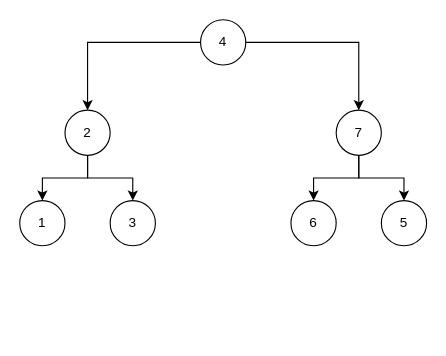
yuanyehome/vis-homework1 keeps this draw.io diagram as Untitled Diagram.drawio. Above is the earlier version. Source tidied: cells renumbered, new cells numbered last; positions are measured from the earlier drawing's top-left corner, leaving out a move shared by most shapes. Both pictures are drawn from the tidied source at 113%, with x=0, y=0 at pixel (19, 19).
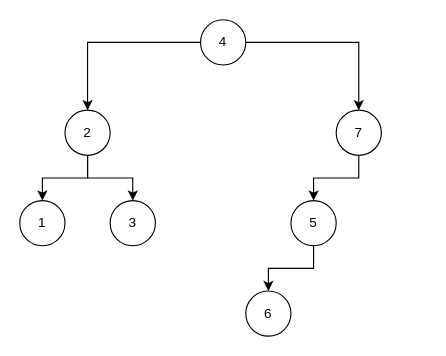
The same diagram, later.

Diff of the diagram source:
```diff
@@
 <mxGraphModel>
   <root>
     <mxCell id="0" />
     <mxCell id="1" parent="0" />
     <mxCell id="2" style="edgeStyle=orthogonalEdgeStyle;rounded=0;jettySize=auto;html=1;entryX=0.5;entryY=0;entryDx=0;entryDy=0;" parent="1" edge="1" source="4" target="7">
       <mxGeometry relative="1" as="geometry" />
     </mxCell>
     <mxCell id="3" style="edgeStyle=orthogonalEdgeStyle;rounded=0;jettySize=auto;html=1;entryX=0.5;entryY=0;entryDx=0;entryDy=0;" parent="1" edge="1" source="4" target="10">
       <mxGeometry relative="1" as="geometry" />
     </mxCell>
     <mxCell id="4" value="4" style="ellipse;whiteSpace=wrap;html=1;" parent="1" vertex="1">
       <mxGeometry x="160" width="40" height="40" as="geometry" />
     </mxCell>
     <mxCell id="5" style="edgeStyle=orthogonalEdgeStyle;rounded=0;jettySize=auto;html=1;entryX=0.5;entryY=0;entryDx=0;entryDy=0;" parent="1" edge="1" source="7" target="11">
       <mxGeometry relative="1" as="geometry" />
     </mxCell>
     <mxCell id="6" style="edgeStyle=orthogonalEdgeStyle;rounded=0;jettySize=auto;html=1;entryX=0.5;entryY=0;entryDx=0;entryDy=0;" parent="1" edge="1" source="7" target="12">
       <mxGeometry relative="1" as="geometry" />
     </mxCell>
     <mxCell id="7" value="2" style="ellipse;whiteSpace=wrap;html=1;" parent="1" vertex="1">
       <mxGeometry x="40" y="80" width="40" height="40" as="geometry" />
     </mxCell>
     <mxCell id="8" style="edgeStyle=orthogonalEdgeStyle;rounded=0;jettySize=auto;html=1;entryX=0.5;entryY=0;entryDx=0;entryDy=0;" parent="1" edge="1" source="10" target="13">
       <mxGeometry relative="1" as="geometry" />
     </mxCell>
-    <mxCell id="9" style="edgeStyle=orthogonalEdgeStyle;rounded=0;jettySize=auto;html=1;entryX=0.5;entryY=0;entryDx=0;entryDy=0;" parent="1" edge="1" source="10" target="14">
-      <mxGeometry relative="1" as="geometry" />
-    </mxCell>
     <mxCell id="10" value="7" style="ellipse;whiteSpace=wrap;html=1;" parent="1" vertex="1">
       <mxGeometry x="280" y="80" width="40" height="40" as="geometry" />
     </mxCell>
     <mxCell id="11" value="1" style="ellipse;whiteSpace=wrap;html=1;" parent="1" vertex="1">
       <mxGeometry y="160" width="40" height="40" as="geometry" />
     </mxCell>
     <mxCell id="12" value="3" style="ellipse;whiteSpace=wrap;html=1;" parent="1" vertex="1">
       <mxGeometry x="80" y="160" width="40" height="40" as="geometry" />
     </mxCell>
+    <mxCell id="15" style="edgeStyle=orthogonalEdgeStyle;rounded=0;jettySize=auto;html=1;entryX=0.5;entryY=0;entryDx=0;entryDy=0;" parent="1" edge="1" source="13" target="14">
+      <mxGeometry relative="1" as="geometry" />
+    </mxCell>
-    <mxCell id="13" value="6" style="ellipse;whiteSpace=wrap;html=1;" parent="1" vertex="1">
+    <mxCell id="13" value="5" style="ellipse;whiteSpace=wrap;html=1;" parent="1" vertex="1">
       <mxGeometry x="240" y="160" width="40" height="40" as="geometry" />
     </mxCell>
-    <mxCell id="14" value="5" style="ellipse;whiteSpace=wrap;html=1;" parent="1" vertex="1">
-      <mxGeometry x="320" y="160" width="40" height="40" as="geometry" />
+    <mxCell id="14" value="6" style="ellipse;whiteSpace=wrap;html=1;" parent="1" vertex="1">
+      <mxGeometry x="200" y="240" width="40" height="40" as="geometry" />
     </mxCell>
   </root>
 </mxGraphModel>
```
